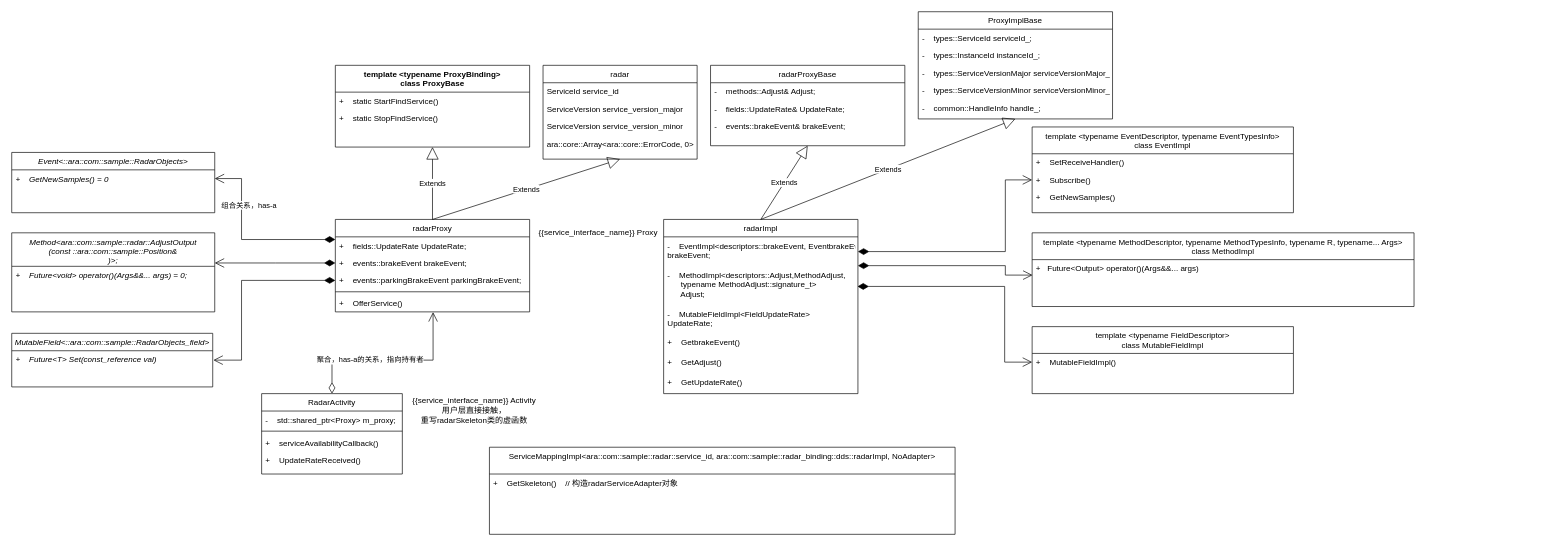
Before: page "proxy" (2 of 2) of 汽车相关/AP/COM/AUTOSAR/ara_com_fastdds.drawio in Neo-TheCoder/Notes, a draw.io diagram. Source tidied: cells renumbered, new cells numbered last; positions are measured from the earlier drawing's top-left corner, leaving out a move shared by most shapes. Both pictures are drawn from the tidied source at 67%, with x=0, y=0 at pixel (11, 11).
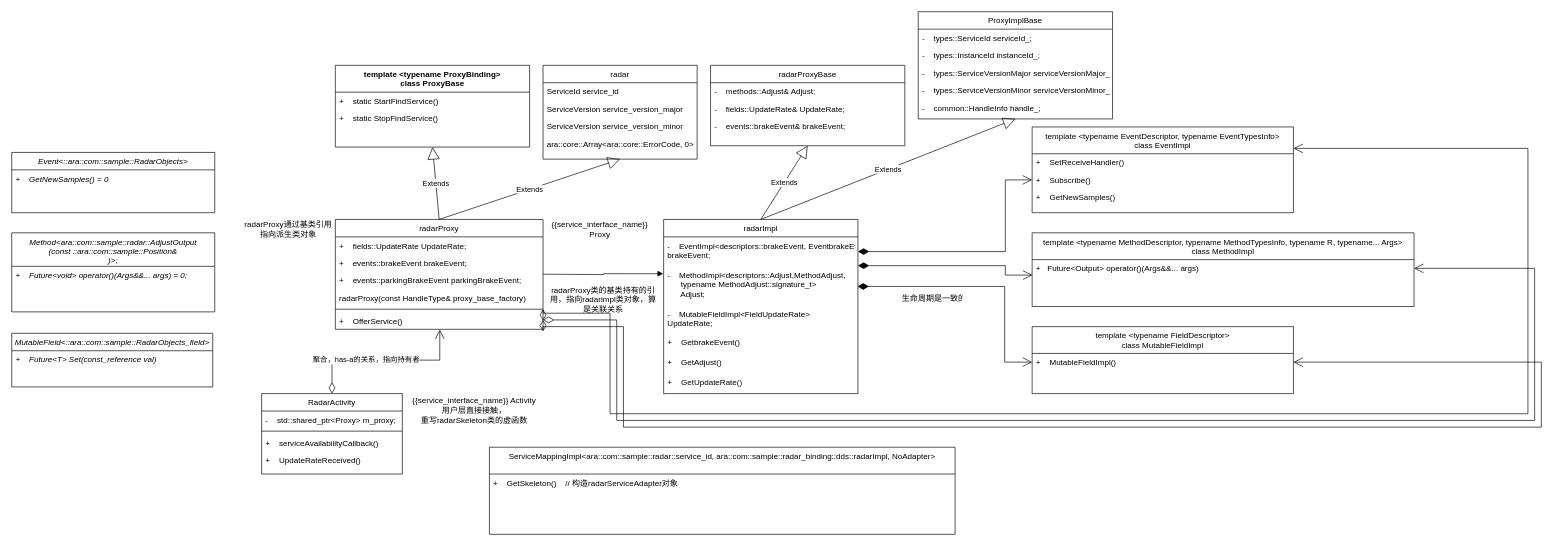
Above is the later version.

Unchanged cells that the change refers to:
```xml
<mxCell id="8" value="RadarActivity" style="swimlane;fontStyle=0;align=center;verticalAlign=top;horizontal=1;startSize=26;rounded=0;shadow=0;strokeWidth=1;" parent="1" vertex="1">
  <mxGeometry x="373" y="570" width="210" height="120" as="geometry" />
</mxCell>
<mxCell id="22" value="+    GetNewSamples() = 0" style="text;align=left;verticalAlign=top;spacingLeft=4;spacingRight=4;overflow=hidden;points=[[0,0.5],[1,0.5]];portConstraint=eastwest;fontStyle=2;" parent="21" vertex="1">
  <mxGeometry y="26" width="303" height="26" as="geometry" />
</mxCell>
<mxCell id="39" value="-    MethodImpl&lt;descriptors::Adjust,MethodAdjust,&#10;      typename MethodAdjust::signature_t&gt;&#10;      Adjust;" style="text;align=left;verticalAlign=top;spacingLeft=4;spacingRight=4;overflow=hidden;points=[[0,0.5],[1,0.5]];portConstraint=eastwest;rounded=0;shadow=0;html=0;" parent="37" vertex="1">
  <mxGeometry y="70" width="290" height="58" as="geometry" />
</mxCell>
<mxCell id="50" value="template &lt;typename EventDescriptor, typename EventTypesInfo&gt;&#10;class EventImpl" style="swimlane;fontStyle=0;align=center;verticalAlign=top;horizontal=1;startSize=40;rounded=0;shadow=0;strokeWidth=1;" parent="1" vertex="1">
  <mxGeometry x="1523" y="172" width="390" height="128" as="geometry" />
</mxCell>
<mxCell id="55" value="+   Future&lt;Output&gt; operator()(Args&amp;&amp;... args) " style="text;align=left;verticalAlign=top;spacingLeft=4;spacingRight=4;overflow=hidden;points=[[0,0.5],[1,0.5]];portConstraint=eastwest;fontStyle=0;" parent="54" vertex="1">
  <mxGeometry y="40" width="570" height="26" as="geometry" />
</mxCell>
<mxCell id="57" value="+    MutableFieldImpl()" style="text;align=left;verticalAlign=top;spacingLeft=4;spacingRight=4;overflow=hidden;points=[[0,0.5],[1,0.5]];portConstraint=eastwest;fontStyle=0;" parent="56" vertex="1">
  <mxGeometry y="40" width="390" height="26" as="geometry" />
</mxCell>
```

Change to the diagram source:
```diff
@@
     <mxCell id="2" value="radarProxy" style="swimlane;fontStyle=0;align=center;verticalAlign=top;horizontal=1;startSize=26;rounded=0;shadow=0;strokeWidth=1;" parent="1" vertex="1">
-      <mxGeometry x="483" y="310" width="290" height="138" as="geometry" />
+      <mxGeometry x="483" y="310" width="310" height="164" as="geometry" />
     </mxCell>
     <mxCell id="3" value="+    fields::UpdateRate UpdateRate;" style="text;align=left;verticalAlign=top;spacingLeft=4;spacingRight=4;overflow=hidden;" parent="2" vertex="1">
-      <mxGeometry y="26" width="290" height="26" as="geometry" />
+      <mxGeometry y="26" width="310" height="26" as="geometry" />
     </mxCell>
     <mxCell id="4" value="+    events::brakeEvent brakeEvent;" style="text;align=left;verticalAlign=top;spacingLeft=4;spacingRight=4;overflow=hidden;points=[[0,0.5],[1,0.5]];portConstraint=eastwest;rounded=0;shadow=0;html=0;" parent="2" vertex="1">
-      <mxGeometry y="52" width="290" height="26" as="geometry" />
+      <mxGeometry y="52" width="310" height="26" as="geometry" />
     </mxCell>
     <mxCell id="5" value="+    events::parkingBrakeEvent parkingBrakeEvent;" style="text;align=left;verticalAlign=top;spacingLeft=4;spacingRight=4;overflow=hidden;points=[[0,0.5],[1,0.5]];portConstraint=eastwest;rounded=0;shadow=0;html=0;" parent="2" vertex="1">
-      <mxGeometry y="78" width="290" height="26" as="geometry" />
+      <mxGeometry y="78" width="310" height="26" as="geometry" />
     </mxCell>
+    <mxCell id="69" value="radarProxy(const HandleType&amp; proxy_base_factory)" style="text;align=left;verticalAlign=top;spacingLeft=4;spacingRight=4;overflow=hidden;rounded=0;shadow=0;html=0;" parent="2" vertex="1">
+      <mxGeometry y="104" width="310" height="26" as="geometry" />
+    </mxCell>
     <mxCell id="6" style="line;html=1;strokeWidth=1;align=left;verticalAlign=middle;spacingTop=-1;spacingLeft=3;spacingRight=3;labelPosition=right;" parent="2" vertex="1">
-      <mxGeometry y="104" width="290" height="8" as="geometry" />
+      <mxGeometry y="130" width="310" height="8" as="geometry" />
     </mxCell>
     <mxCell id="7" value="+    OfferService()" style="text;align=left;verticalAlign=top;spacingLeft=4;spacingRight=4;overflow=hidden;points=[[0,0.5],[1,0.5]];portConstraint=eastwest;fontStyle=0;" parent="2" vertex="1">
-      <mxGeometry y="112" width="290" height="26" as="geometry" />
+      <mxGeometry y="138" width="310" height="26" as="geometry" />
     </mxCell>
@@
     <mxCell id="14" value="{{service_interface_name}} Proxy" style="text;html=1;strokeColor=none;fillColor=none;align=center;verticalAlign=middle;whiteSpace=wrap;rounded=0;" parent="1" vertex="1">
-      <mxGeometry x="773" y="310" width="205" height="40" as="geometry" />
+      <mxGeometry x="793" y="310" width="170" height="30" as="geometry" />
     </mxCell>
     <mxCell id="15" style="endArrow=open;html=1;endSize=12;startArrow=diamondThin;startSize=14;startFill=0;edgeStyle=orthogonalEdgeStyle;align=left;verticalAlign=bottom;rounded=0;exitX=0.5;exitY=0;exitDx=0;exitDy=0;entryX=0.503;entryY=1.015;entryDx=0;entryDy=0;entryPerimeter=0;" parent="1" edge="1" source="8" target="7">
       <mxGeometry x="-1" y="3" relative="1" as="geometry">
         <Array as="points">
-          <mxPoint x="629" y="520" />
+          <mxPoint x="478" y="520" />
+          <mxPoint x="639" y="520" />
         </Array>
       </mxGeometry>
     </mxCell>
@@
-    <mxCell id="17" style="endArrow=open;html=1;endSize=12;startArrow=diamondThin;startSize=14;startFill=1;edgeStyle=orthogonalEdgeStyle;align=left;verticalAlign=bottom;rounded=0;exitX=0;exitY=0.5;exitDx=0;exitDy=0;entryX=1;entryY=0.5;entryDx=0;entryDy=0;" parent="1" edge="1" source="4">
-      <mxGeometry x="-0.88" y="-5" relative="1" as="geometry">
-        <mxPoint x="303" y="375" as="targetPoint" />
-      </mxGeometry>
-    </mxCell>
-    <mxCell id="18" style="endArrow=open;html=1;endSize=12;startArrow=diamondThin;startSize=14;startFill=1;edgeStyle=orthogonalEdgeStyle;align=left;verticalAlign=bottom;rounded=0;exitX=0;exitY=0.5;exitDx=0;exitDy=0;" parent="1" edge="1" source="5">
-      <mxGeometry x="-0.88" y="-5" relative="1" as="geometry">
-        <mxPoint x="301" y="520" as="targetPoint" />
-        <Array as="points">
-          <mxPoint x="343" y="401" />
-          <mxPoint x="343" y="520" />
-        </Array>
-      </mxGeometry>
-    </mxCell>
-    <mxCell id="19" style="endArrow=open;html=1;endSize=12;startArrow=diamondThin;startSize=14;startFill=1;edgeStyle=orthogonalEdgeStyle;align=left;verticalAlign=bottom;rounded=0;entryX=1;entryY=0.5;entryDx=0;entryDy=0;" parent="1" edge="1" target="22">
-      <mxGeometry x="-0.88" y="-5" relative="1" as="geometry">
-        <mxPoint x="483" y="340" as="sourcePoint" />
-        <Array as="points">
-          <mxPoint x="343" y="340" />
-          <mxPoint x="343" y="249" />
-        </Array>
-      </mxGeometry>
-    </mxCell>
-    <mxCell id="20" value="组合关系，has-a" style="edgeLabel;html=1;align=center;verticalAlign=middle;" parent="19" vertex="1">
-      <mxGeometry x="0.42" y="3" relative="1" as="geometry">
-        <mxPoint x="13" as="offset" />
-      </mxGeometry>
-    </mxCell>
@@
+    <mxCell id="70" value="&lt;span style=&quot;&quot;&gt;radarProxy通过基类引用指向派生类对象&lt;/span&gt;" style="text;html=1;strokeColor=none;fillColor=none;align=center;verticalAlign=middle;whiteSpace=wrap;rounded=0;" parent="1" vertex="1">
+      <mxGeometry x="343" y="310" width="140" height="30" as="geometry" />
+    </mxCell>
+    <mxCell id="71" value="生命周期是一致的" style="text;strokeColor=none;fillColor=none;align=left;verticalAlign=top;spacingLeft=4;spacingRight=4;overflow=hidden;" parent="1" vertex="1">
+      <mxGeometry x="1323" y="414" width="100" height="26" as="geometry" />
+    </mxCell>
+    <mxCell id="72" value="radarProxy类的基类持有的引用，指向radarimpl类对象，算是关联关系" style="text;html=1;strokeColor=none;fillColor=none;align=center;verticalAlign=middle;whiteSpace=wrap;rounded=0;" parent="1" vertex="1">
+      <mxGeometry x="798" y="400" width="170" height="60" as="geometry" />
+    </mxCell>
+    <mxCell id="73" style="endArrow=block;endFill=1;html=1;edgeStyle=orthogonalEdgeStyle;align=left;verticalAlign=top;rounded=0;entryX=-0.002;entryY=0.19;entryDx=0;entryDy=0;entryPerimeter=0;" parent="1" edge="1" target="39">
+      <mxGeometry x="-1" relative="1" as="geometry">
+        <mxPoint x="793" y="391.8" as="sourcePoint" />
+      </mxGeometry>
+    </mxCell>
+    <mxCell id="74" style="endArrow=open;html=1;endSize=12;startArrow=diamondThin;startSize=14;startFill=0;edgeStyle=orthogonalEdgeStyle;align=left;verticalAlign=bottom;rounded=0;exitX=1;exitY=0.5;exitDx=0;exitDy=0;entryX=1;entryY=0.25;entryDx=0;entryDy=0;" parent="1" edge="1" source="7" target="50">
+      <mxGeometry x="-1" y="3" relative="1" as="geometry">
+        <Array as="points">
+          <mxPoint x="793" y="450" />
+          <mxPoint x="893" y="450" />
+          <mxPoint x="893" y="600" />
+          <mxPoint x="2263" y="600" />
+          <mxPoint x="2263" y="204" />
+        </Array>
+      </mxGeometry>
+    </mxCell>
+    <mxCell id="75" style="endArrow=open;html=1;endSize=12;startArrow=diamondThin;startSize=14;startFill=0;edgeStyle=orthogonalEdgeStyle;align=left;verticalAlign=bottom;rounded=0;entryX=1;entryY=0.5;entryDx=0;entryDy=0;" parent="1" edge="1" target="55">
+      <mxGeometry x="-1" y="3" relative="1" as="geometry">
+        <mxPoint x="793" y="460" as="sourcePoint" />
+        <Array as="points">
+          <mxPoint x="903" y="460" />
+          <mxPoint x="903" y="610" />
+          <mxPoint x="2273" y="610" />
+          <mxPoint x="2273" y="383" />
+        </Array>
+      </mxGeometry>
+    </mxCell>
+    <mxCell id="76" style="endArrow=open;html=1;endSize=12;startArrow=diamondThin;startSize=14;startFill=0;edgeStyle=orthogonalEdgeStyle;align=left;verticalAlign=bottom;rounded=0;entryX=1;entryY=0.5;entryDx=0;entryDy=0;" parent="1" edge="1" target="57">
+      <mxGeometry x="-1" y="3" relative="1" as="geometry">
+        <mxPoint x="793" y="460" as="sourcePoint" />
+        <Array as="points">
+          <mxPoint x="793" y="470" />
+          <mxPoint x="913" y="470" />
+          <mxPoint x="913" y="620" />
+          <mxPoint x="2283" y="620" />
+          <mxPoint x="2283" y="523" />
+        </Array>
+      </mxGeometry>
+    </mxCell>
```
